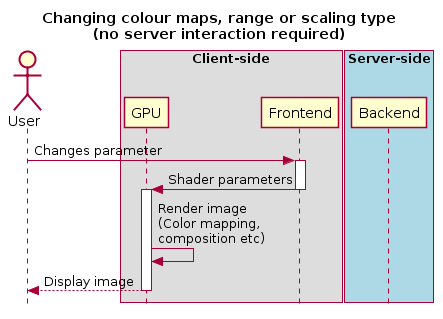
CARTAvis/carta-protobuf keeps this PlantUML diagram as docs/images/image11.png. Above is the earlier version.
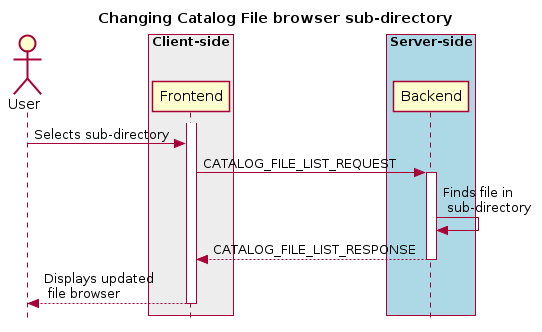
After the commit.

Diff of the diagram source:
```diff
@@ -1,24 +1,23 @@
 @startuml
 skinparam style strictuml
 hide footbox
-title Changing colour maps, range or scaling type\n(no server interaction required)
+title Changing Catalog File browser sub-directory
 
 actor User
-box "Client-side"
-        participant "GPU"
-        participant Frontend
+box "Client-side" #EDEDED
+participant Frontend
 end box
 
 box "Server-side" #lightblue
-	participant Backend
+participant Backend
 end box
-
-User -> Frontend : Changes parameter
 activate Frontend
-Frontend -> GPU : Shader parameters
+User -> Frontend : Selects sub-directory
+Frontend -> Backend : CATALOG_FILE_LIST_REQUEST
+activate Backend
+Backend -> Backend : Finds file in \n sub-directory
+Frontend <-- Backend : CATALOG_FILE_LIST_RESPONSE
+deactivate Backend
+User <-- Frontend : Displays updated \n file browser
 deactivate Frontend
-activate GPU
-GPU -> GPU : Render image\n(Color mapping,\ncomposition etc)
-User <-- GPU : Display image
-deactivate GPU
 @enduml
```
